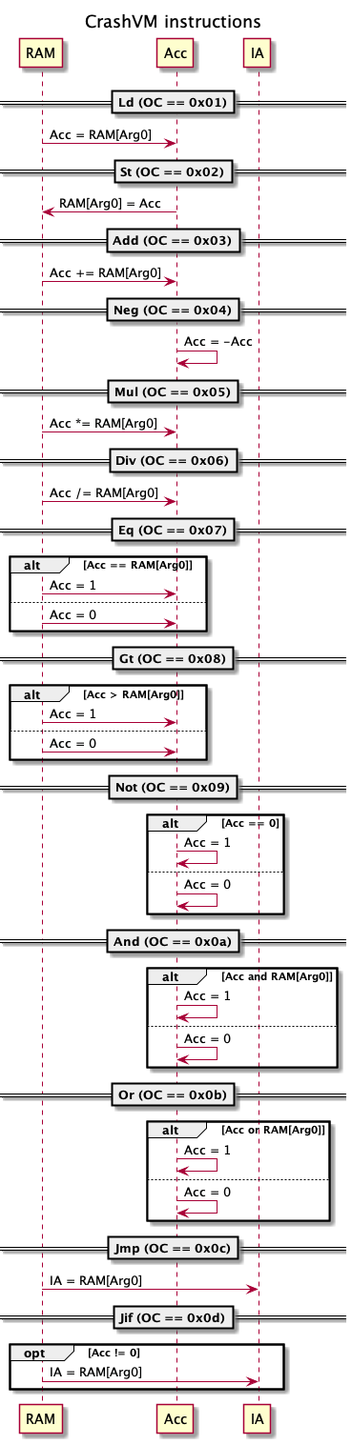
Above: doc/system_002.png in hypafrag/crash-vm (PlantUML), before the change. Source of this version:
```plantuml
@startuml
title CrashVM instructions

==Ld (OC == 0x01)==
RAM -> Acc: Acc = RAM[Arg0]
==St (OC == 0x02)==
RAM <- Acc: RAM[Arg0] = Acc

==Add (OC == 0x03)==
RAM -> Acc: Acc += RAM[Arg0]
==Neg (OC == 0x04)==
Acc -> Acc: Acc = -Acc

==Mul (OC == 0x05)==
RAM -> Acc: Acc *= RAM[Arg0]
==Div (OC == 0x06)==
RAM -> Acc: Acc /= RAM[Arg0]

==Eq (OC == 0x07)==
alt Acc == RAM[Arg0]
    RAM -> Acc: Acc = 1
else
    RAM -> Acc: Acc = 0
end
==Gt (OC == 0x08)==
alt Acc > RAM[Arg0]
    RAM -> Acc: Acc = 1
else
    RAM -> Acc: Acc = 0
end

==Not (OC == 0x09)==
alt Acc == 0
    Acc -> Acc: Acc = 1
else
    Acc -> Acc: Acc = 0
end
==And (OC == 0x0a)==
alt Acc and RAM[Arg0]
    Acc -> Acc: Acc = 1
else
    Acc -> Acc: Acc = 0
end
==Or (OC == 0x0b)==
alt Acc or RAM[Arg0]
    Acc -> Acc: Acc = 1
else
    Acc -> Acc: Acc = 0
end

==Jmp (OC == 0x0c)==
RAM -> IA: IA = RAM[Arg0]
==Jif (OC == 0x0d)==
opt Acc != 0
    RAM -> IA: IA = RAM[Arg0]
end

@enduml
```
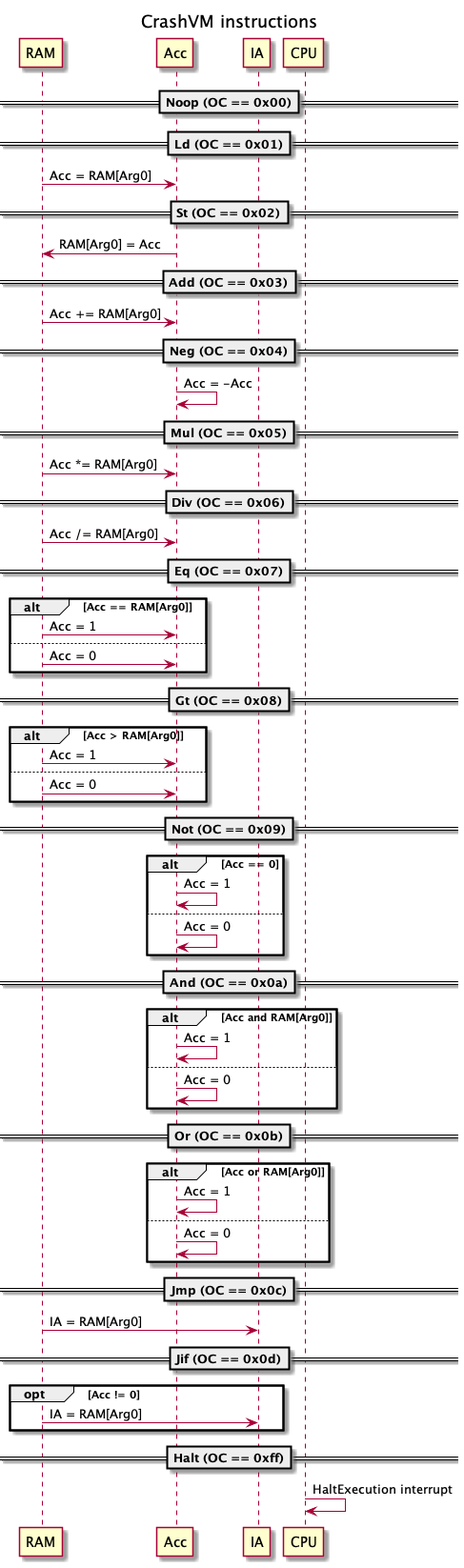
Later version of the same file.

The edit, as a diff of the source:
```diff
@@ -1,5 +1,7 @@
 @startuml
 title CrashVM instructions
+
+==Noop (OC == 0x00)==
 
 ==Ld (OC == 0x01)==
 RAM -> Acc: Acc = RAM[Arg0]
@@ -55,4 +57,7 @@
     RAM -> IA: IA = RAM[Arg0]
 end
 
+==Halt (OC == 0xff)==
+CPU -> CPU: HaltExecution interrupt
+
 @enduml
```
